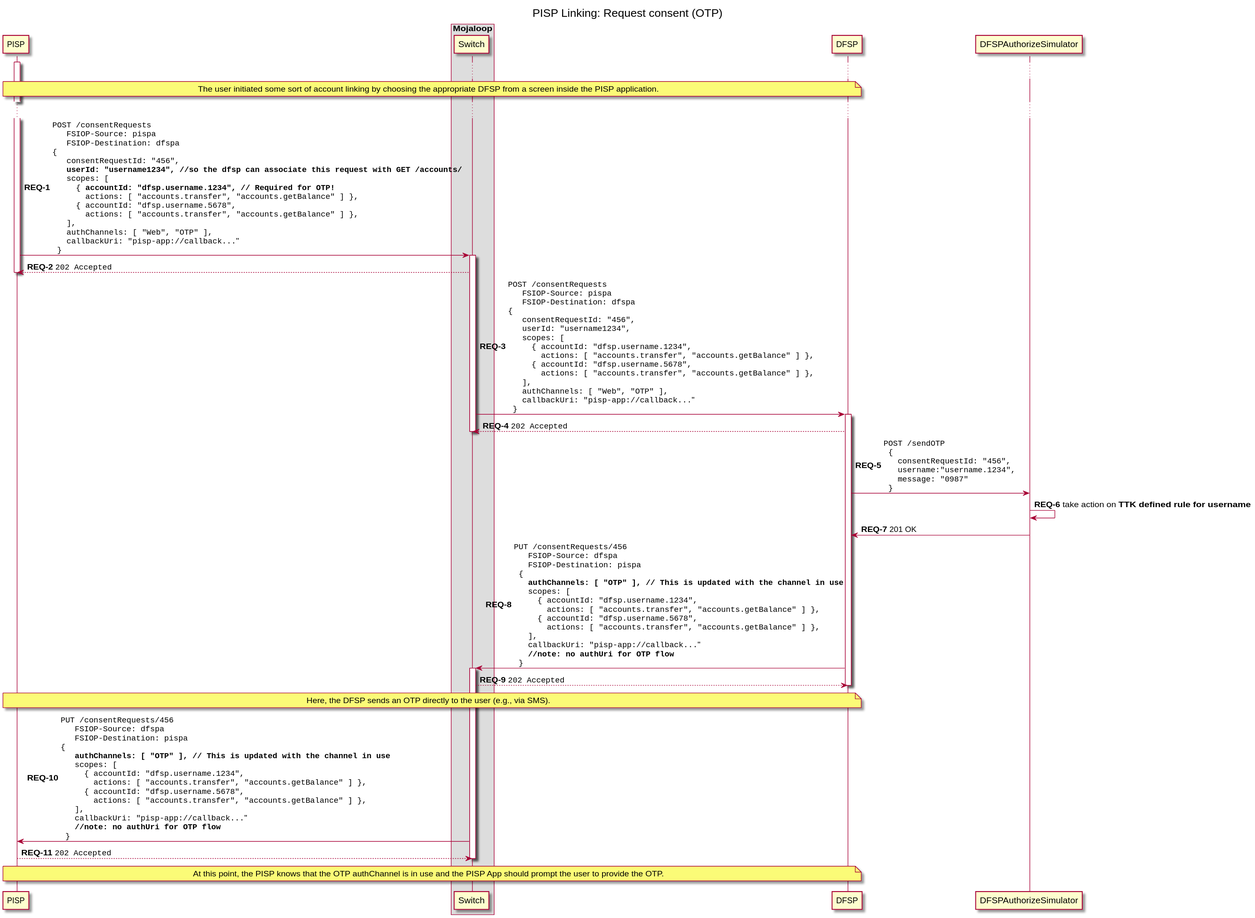
Before: docs/out/linking/2-request-consent-otp.svg, a diagram exported from PlantUML (mojaloop/pisp-project). Its source is kept beside it as docs/linking/2-request-consent-otp.puml.
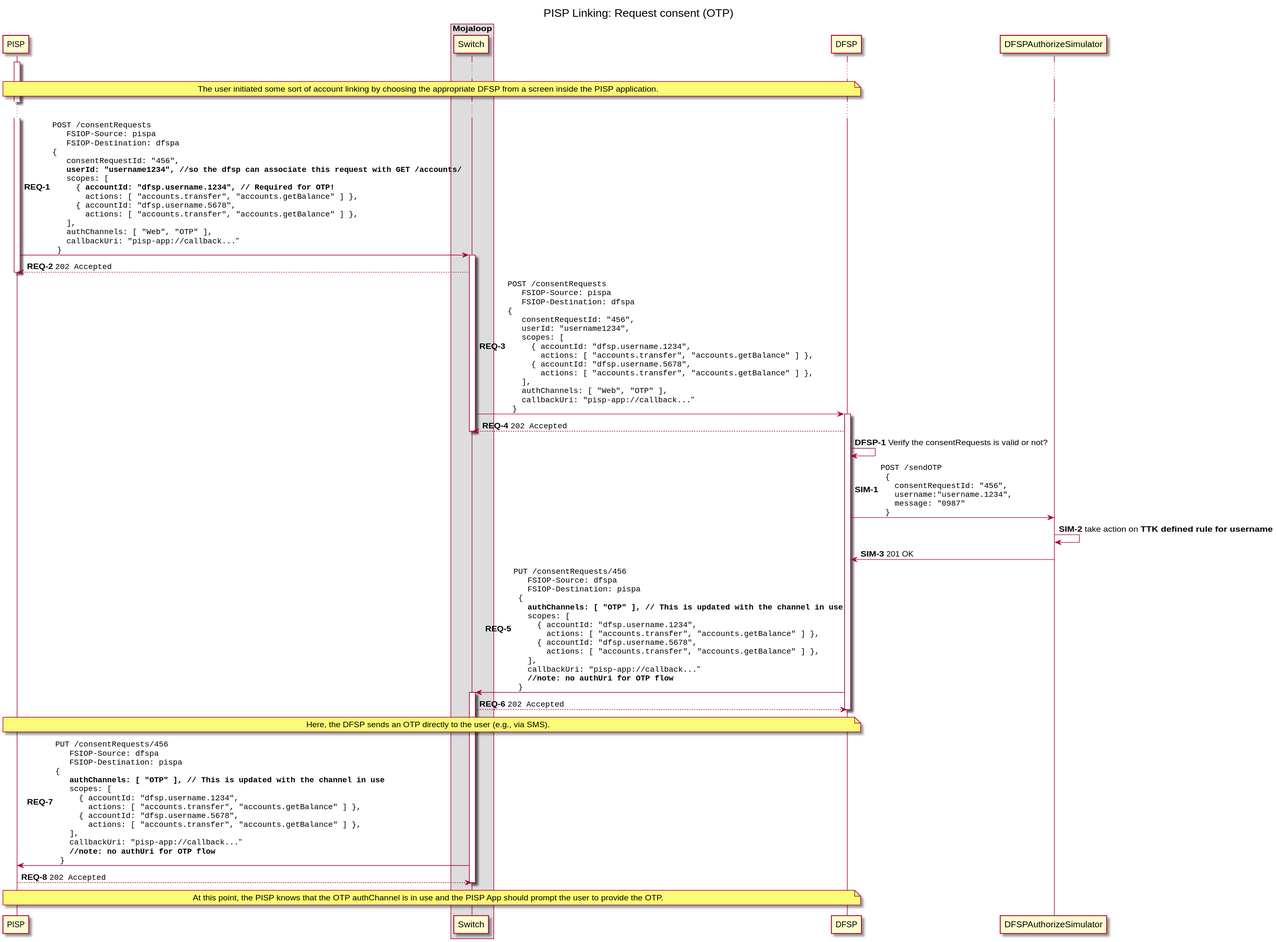
The same file after the commit.

Diff of the diagram source:
```diff
@@ -59,6 +59,11 @@
 DFSP --> Switch: ""202 Accepted""
 deactivate Switch
 
+autonumber 1 "<b>DFSP-#</b>"
+
+DFSP -> DFSP: Verify the consentRequests is valid or not?
+autonumber 1 "<b>SIM-#</b>"
+
 DFSP -> DFSPAuthorizeSimulator : ""POST /sendOTP""\n\
   ""{""\n\
   ""  consentRequestId: "456",""\n\
@@ -68,6 +73,7 @@
 
 DFSPAuthorizeSimulator -> DFSPAuthorizeSimulator: take action on **TTK defined rule for username**
 DFSPAuthorizeSimulator -> DFSP: 201 OK
+autonumber 5 "<b>REQ-#</b>"
 DFSP -> Switch ++: ""PUT /consentRequests/456""\n\
   ""  FSIOP-Source: dfspa""\n\
   ""  FSIOP-Destination: pispa""\n\
```
